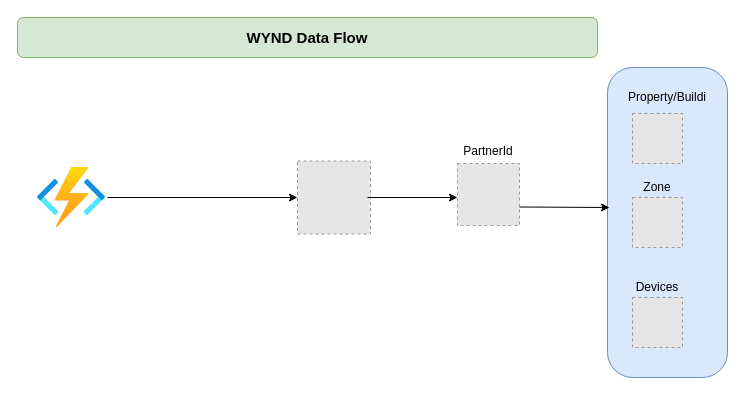
This is src/main/java/com/wesco/model/Untitled Diagram.drawio from wesco-chandanabuduru/common-entities, a draw.io file, before an edit. Source tidied: cells renumbered, new cells numbered last; positions are measured from the earlier drawing's top-left corner, leaving out a move shared by most shapes. Both pictures are drawn from the tidied source at 100%, with x=0, y=0 at pixel (17, 17). Pictures stored in the file or linked from it are replaced by grey dashed boxes.
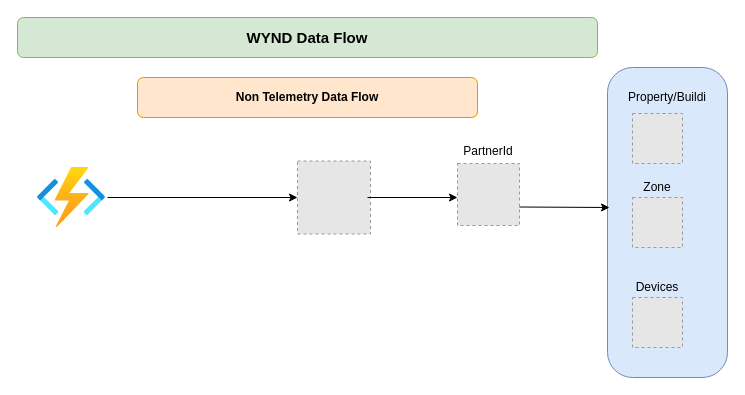
The same page after the edit.

Commit message:
Wynd Non telemetry

Change to the diagram source:
```diff
@@
+    <mxCell id="17" value="&lt;b&gt;Non Telemetry Data Flow&lt;/b&gt;" style="rounded=1;whiteSpace=wrap;html=1;fillColor=#ffe6cc;strokeColor=#d79b00;" parent="1" vertex="1">
+      <mxGeometry x="120" y="60" width="340" height="40" as="geometry" />
+    </mxCell>
```
